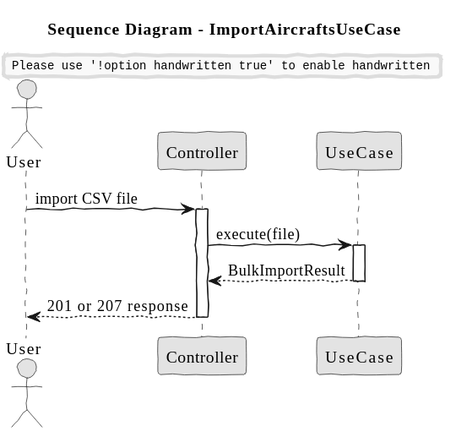
This is docs/system-documentation/use-cases/BONUS/US225/svg/sd_ImportAircraftsUseCase.svg from VascoMagolo/psoft_1231562_1241692_1242036_2db, a PlantUML export, as it was before one commit.
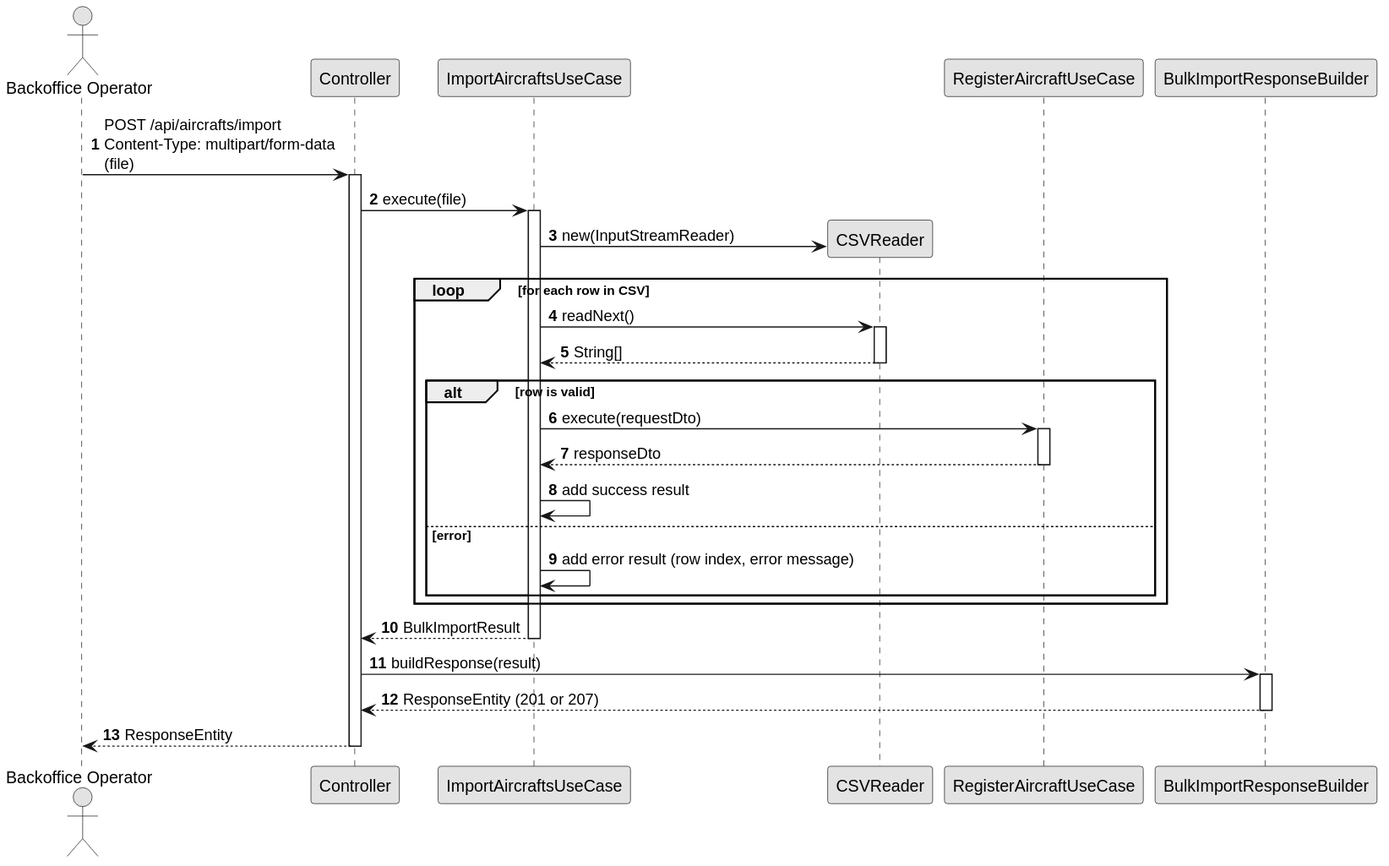
After the change.

What changed in the source:
```diff
@@ -1,22 +1,48 @@
 @startuml
-skinparam handwritten true
+autonumber
 skinparam monochrome true
 skinparam packageStyle rect
-skinparam defaultFontName FG Virgil
 skinparam shadowing false
 
-title Sequence Diagram - ImportAircraftsUseCase
+actor "Backoffice Operator" as Actor
+participant "Controller" as Ctrl
+participant "ImportAircraftsUseCase" as UC
+participant "CSVReader" as Reader
+participant "RegisterAircraftUseCase" as InnerUC
+participant "BulkImportResponseBuilder" as Builder
 
-actor "User" as user
-participant "Controller" as ctrl
-participant "UseCase" as uc
+Actor -> Ctrl : POST /api/aircrafts/import\nContent-Type: multipart/form-data\n(file)
+activate Ctrl
 
-user -> ctrl: import CSV file
-activate ctrl
-ctrl -> uc: execute(file)
-activate uc
-uc --> ctrl: BulkImportResult
-deactivate uc
-ctrl --> user: 201 or 207 response
-deactivate ctrl
+Ctrl -> UC : execute(file)
+activate UC
+
+UC -> Reader ** : new(InputStreamReader)
+loop for each row in CSV
+    UC -> Reader : readNext()
+    activate Reader
+    Reader --> UC : String[]
+    deactivate Reader
+
+    alt row is valid
+        UC -> InnerUC : execute(requestDto)
+        activate InnerUC
+        InnerUC --> UC : responseDto
+        deactivate InnerUC
+        UC -> UC : add success result
+    else error
+        UC -> UC : add error result (row index, error message)
+    end
+end
+
+UC --> Ctrl : BulkImportResult
+deactivate UC
+
+Ctrl -> Builder : buildResponse(result)
+activate Builder
+Builder --> Ctrl : ResponseEntity (201 or 207)
+deactivate Builder
+
+Ctrl --> Actor : ResponseEntity
+deactivate Ctrl
 @enduml
```
